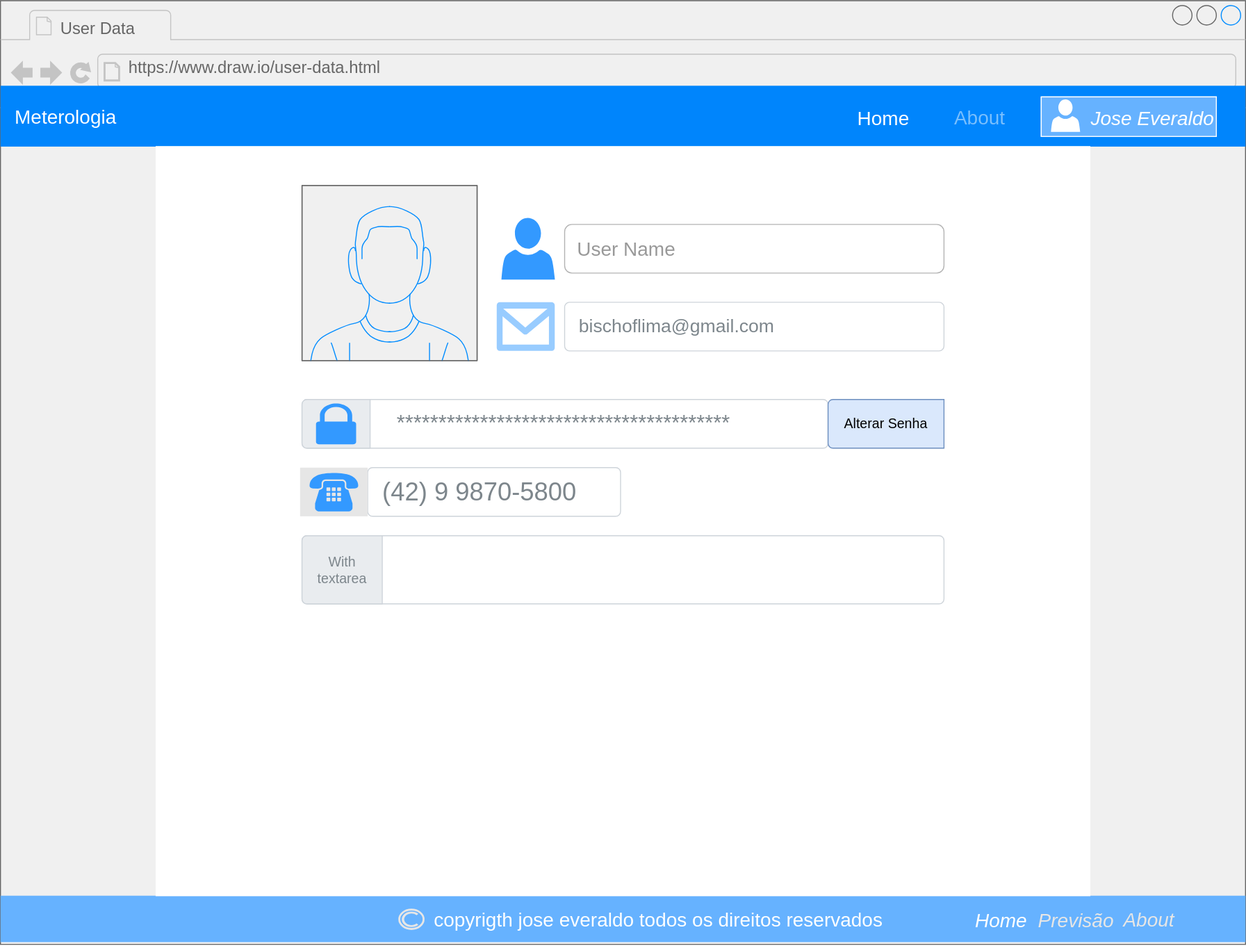
This is wireframe/user-view.svg from LeoMatheus/bischoflima.github.io, a draw.io export, as it was before one commit. Source tidied: cells renumbered, new cells last; positions are measured from the earlier drawing's top-left corner, leaving out a move shared by most shapes.
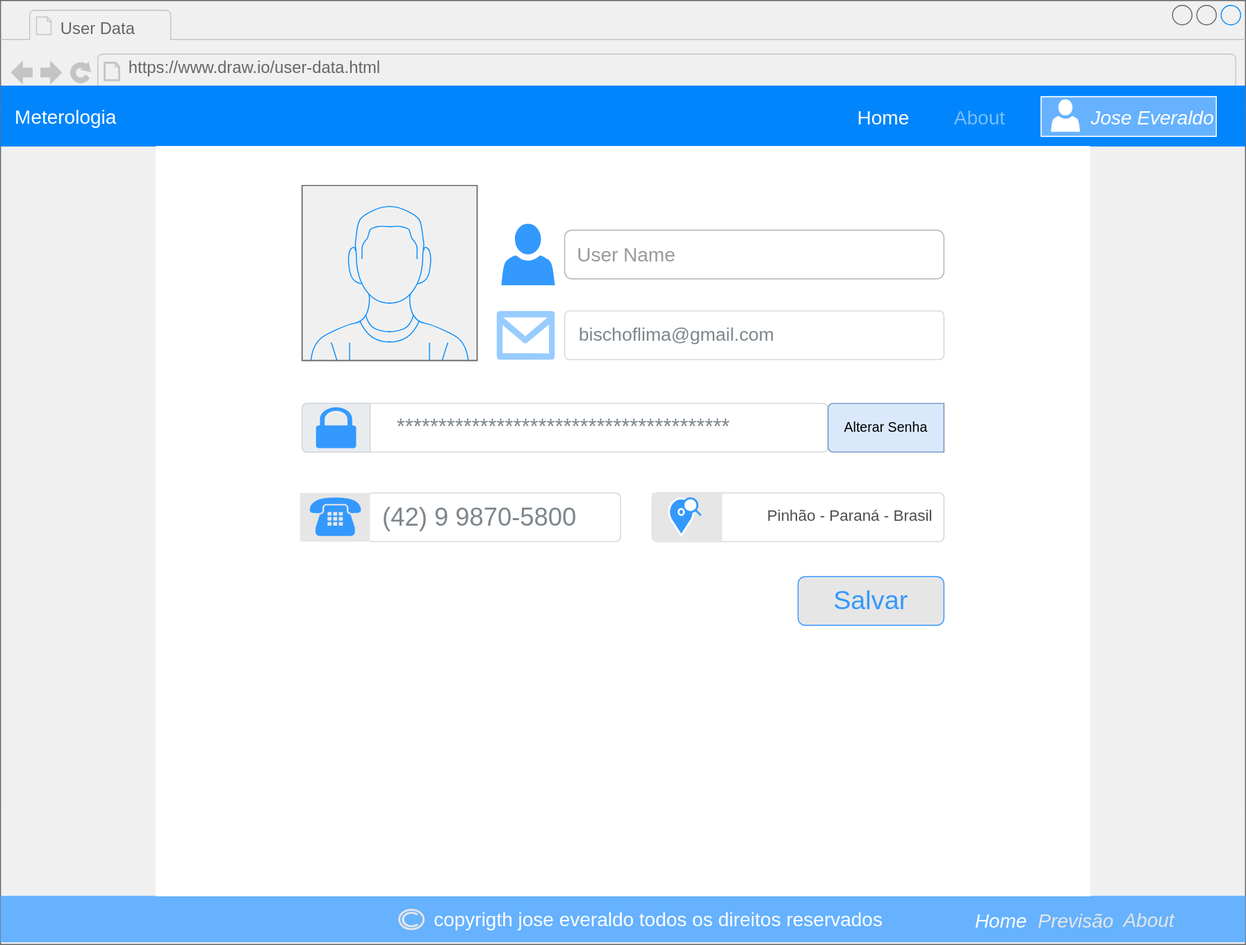
Later version of the same file.

Commit message:
ajustado os wireframes da Home e do Usuario

Diff of the diagram source:
```diff
@@ -2,7 +2,7 @@
   <root>
     <mxCell id="0" />
     <mxCell id="1" parent="0" />
-    <mxCell id="2" style="group;fontColor=#333333;strokeColor=#CCCCCC;fillColor=#FFFFFF;" parent="1" vertex="1">
+    <mxCell id="2" style="group;fontColor=#333333;fillColor=#FFFFFF;rounded=1;strokeColor=#47BCFF;" parent="1" vertex="1">
       <mxGeometry width="1280" height="970" as="geometry" />
     </mxCell>
     <mxCell id="3" style="strokeWidth=1;shadow=0;dashed=0;align=center;html=1;shape=mxgraph.mockup.containers.browserWindow;rSize=0;strokeColor2=#008cff;strokeColor3=#c4c4c4;mainText=,;strokeColor=none;fontStyle=0;fillColor=#F0F0F0;" parent="2" vertex="1">
@@ -59,14 +59,32 @@
     <mxCell id="20" style="verticalLabelPosition=bottom;shadow=0;dashed=0;align=center;html=1;verticalAlign=top;strokeWidth=1;shape=mxgraph.mockup.containers.userMale;strokeColor=#666666;strokeColor2=#008cff;fillColor=#F0F0F0;" parent="19" vertex="1">
       <mxGeometry x="55" width="180" height="180" as="geometry" />
     </mxCell>
-    <mxCell id="21" style="html=1;shadow=0;dashed=0;shape=mxgraph.bootstrap.rrect;rSize=5;strokeColor=#CED4DA;html=1;whiteSpace=wrap;fillColor=#FFFFFF;fontColor=#7D868C;align=left;spacing=15;spacingLeft=40;fontSize=14;" parent="3" vertex="1">
-      <mxGeometry x="310" y="550" width="660" height="70" as="geometry" />
+    <mxCell id="21" value="&amp;nbsp; &amp;nbsp; &amp;nbsp; &amp;nbsp; &amp;nbsp; &amp;nbsp; &amp;nbsp; &amp;nbsp; &amp;nbsp; &amp;nbsp; &amp;nbsp; &amp;nbsp; &amp;nbsp; &amp;nbsp;&amp;nbsp;" style="html=1;shadow=0;dashed=0;shape=mxgraph.bootstrap.rrect;rSize=5;strokeColor=#CED4DA;html=1;whiteSpace=wrap;fillColor=#FFFFFF;fontColor=#7D868C;align=left;spacing=15;spacingLeft=40;fontSize=14;flipV=1;" parent="3" vertex="1">
+      <mxGeometry x="670" y="506" width="300" height="50" as="geometry" />
     </mxCell>
-    <mxCell id="22" value="With textarea" style="html=1;shadow=0;dashed=0;shape=mxgraph.bootstrap.leftButton;strokeColor=inherit;gradientColor=inherit;fontColor=inherit;fillColor=#E9ECEF;rSize=5;perimeter=none;whiteSpace=wrap;fontSize=14;" parent="21" vertex="1">
-      <mxGeometry width="82.5" height="70" as="geometry" />
-    </mxCell>
+    <mxCell id="39" style="group;" parent="21" vertex="1">
+      <mxGeometry width="293.2" height="46.2" as="geometry" />
+    </mxCell>
+    <mxCell id="40" value="Pinhão - Paraná - Brasil" style="text;html=1;strokeColor=none;fillColor=none;align=center;verticalAlign=middle;whiteSpace=wrap;rounded=0;fontColor=#4D4D4D;fontSize=16;" parent="39" vertex="1">
+      <mxGeometry x="113.5" y="15.4" width="180.7" height="15.4" as="geometry" />
+    </mxCell>
+    <mxCell id="41" style="group;" parent="21" vertex="1">
+      <mxGeometry y="1.1" width="72" height="48.9" as="geometry" />
+    </mxCell>
+    <mxCell id="42" style="rounded=1;whiteSpace=wrap;html=1;fontSize=20;align=left;fillColor=#E6E6E6;arcSize=0;strokeColor=none;" parent="41" vertex="1">
+      <mxGeometry y="-1" width="72" height="48.9" as="geometry" />
+    </mxCell>
+    <mxCell id="43" style="group;" parent="41" vertex="1">
+      <mxGeometry x="15.9" y="3.4" width="40.2" height="42.1" as="geometry" />
+    </mxCell>
+    <mxCell id="44" style="html=1;verticalLabelPosition=bottom;align=center;labelBackgroundColor=#ffffff;verticalAlign=top;strokeWidth=2;shadow=0;dashed=0;shape=mxgraph.ios7.icons.location;rounded=1;fontSize=16;fontColor=#333333;rotation=0;strokeColor=#FFFFFF;fillColor=#3399FF;" parent="43" vertex="1">
+      <mxGeometry width="28" height="39.1" as="geometry" />
+    </mxCell>
+    <mxCell id="45" style="html=1;verticalLabelPosition=bottom;align=center;labelBackgroundColor=#ffffff;verticalAlign=top;strokeWidth=2;shadow=0;dashed=0;shape=mxgraph.ios7.icons.looking_glass;rounded=1;fontSize=16;fontColor=#4D4D4D;fillColor=#FFFFFF;strokeColor=#3399FF;" parent="43" vertex="1">
+      <mxGeometry x="16.2" y="1" width="18" height="17.6" as="geometry" />
+    </mxCell>
-    <mxCell id="23" style="group;" parent="3" vertex="1">
-      <mxGeometry x="510" y="310" width="460" height="50" as="geometry" />
+    <mxCell id="23" style="group;flipV=1;" parent="3" vertex="1">
+      <mxGeometry x="510" y="319" width="460" height="50" as="geometry" />
     </mxCell>
     <mxCell id="24" value="&lt;font style=&quot;font-size: 19px&quot;&gt;bischoflima@gmail.com&lt;/font&gt;" style="html=1;shadow=0;dashed=0;shape=mxgraph.bootstrap.rrect;rSize=5;strokeColor=#CED4DA;html=1;whiteSpace=wrap;fillColor=#FFFFFF;fontColor=#7D868C;align=left;spacingLeft=0;spacing=15;fontSize=14;" parent="23" vertex="1">
       <mxGeometry x="70" width="390" height="50" as="geometry" />
@@ -74,8 +92,8 @@
     <mxCell id="25" style="verticalLabelPosition=bottom;html=1;verticalAlign=top;align=center;strokeColor=inherit;shape=mxgraph.azure.message;shadow=0;dashed=0;fontFamily=Helvetica;fontSize=14;fontColor=#3399FF;fillColor=#3399FF;" parent="23" vertex="1">
       <mxGeometry width="60" height="50" as="geometry" />
     </mxCell>
-    <mxCell id="26" value="&lt;span style=&quot;font-size: 18px&quot;&gt;&amp;nbsp; &amp;nbsp;&lt;/span&gt;" style="html=1;shadow=0;dashed=0;shape=mxgraph.bootstrap.rrect;rSize=5;html=1;whiteSpace=wrap;fillColor=#FFFFFF;fontColor=#7D868C;align=left;spacing=15;spacingLeft=40;fontSize=14;strokeColor=none;" parent="3" vertex="1">
-      <mxGeometry x="510" y="220" width="520" height="70" as="geometry" />
+    <mxCell id="26" value="&lt;span style=&quot;font-size: 18px&quot;&gt;&amp;nbsp; &amp;nbsp;&lt;/span&gt;" style="html=1;shadow=0;dashed=0;shape=mxgraph.bootstrap.rrect;rSize=5;html=1;whiteSpace=wrap;fillColor=#FFFFFF;fontColor=#7D868C;align=left;spacing=15;spacingLeft=40;fontSize=14;strokeColor=none;flipV=1;" parent="3" vertex="1">
+      <mxGeometry x="510" y="226" width="520" height="70" as="geometry" />
     </mxCell>
     <mxCell id="27" style="shadow=0;dashed=0;html=1;strokeColor=inherit;fillColor=#3399FF;labelPosition=center;verticalLabelPosition=bottom;verticalAlign=top;align=center;shape=mxgraph.office.users.user;fontFamily=Helvetica;fontSize=14;fontColor=inherit;" parent="26" vertex="1">
       <mxGeometry x="5" y="3.3" width="55" height="63.4" as="geometry" />
@@ -83,8 +101,8 @@
     <mxCell id="28" value="&lt;font style=&quot;font-size: 20px;&quot; color=&quot;#999999&quot;&gt;&amp;nbsp; User Name&lt;/font&gt;" style="text;html=1;fillColor=none;align=left;verticalAlign=middle;whiteSpace=wrap;rounded=1;fontColor=#3399FF;fontSize=20;fontStyle=0;strokeColor=#B3B3B3;" parent="26" vertex="1">
       <mxGeometry x="70" y="10" width="390" height="50" as="geometry" />
     </mxCell>
-    <mxCell id="29" style="group;" parent="3" vertex="1">
-      <mxGeometry x="310" y="410" width="660" height="50" as="geometry" />
+    <mxCell id="29" style="group;flipV=1;" parent="3" vertex="1">
+      <mxGeometry x="310" y="414" width="660" height="50" as="geometry" />
     </mxCell>
     <mxCell id="30" value="&lt;font style=&quot;font-size: 22px&quot;&gt;&amp;nbsp; &amp;nbsp; &amp;nbsp; &amp;nbsp;****************************************&lt;/font&gt;" style="html=1;shadow=0;dashed=0;shape=mxgraph.bootstrap.rrect;rSize=5;strokeColor=#CED4DA;html=1;whiteSpace=wrap;fillColor=#FFFFFF;fontColor=#7D868C;align=left;spacing=15;spacingLeft=40;fontSize=14;verticalAlign=middle;" parent="29" vertex="1">
       <mxGeometry width="540.8" height="50" as="geometry" />
@@ -98,20 +116,23 @@
     <mxCell id="33" value="Alterar Senha" style="html=1;shadow=0;dashed=0;shape=mxgraph.bootstrap.leftButton;strokeColor=#6c8ebf;fillColor=#dae8fc;rSize=5;perimeter=none;whiteSpace=wrap;fontSize=14;" parent="29" vertex="1">
       <mxGeometry x="540.8" width="119.2" height="50" as="geometry" />
     </mxCell>
-    <mxCell id="34" style="group;" parent="3" vertex="1">
-      <mxGeometry x="307.5" y="480" width="460" height="60" as="geometry" />
+    <mxCell id="34" style="group;rounded=1;arcSize=28;flipV=1;" parent="3" vertex="1">
+      <mxGeometry x="307.5" y="506" width="332.5" height="50" as="geometry" />
     </mxCell>
-    <mxCell id="35" style="group;" parent="34" vertex="1">
-      <mxGeometry width="460" height="60" as="geometry" />
+    <mxCell id="35" style="group;rounded=1;arcSize=26;" parent="34" vertex="1">
+      <mxGeometry width="332.5" height="50" as="geometry" />
     </mxCell>
     <mxCell id="36" value="&lt;font style=&quot;font-size: 26px&quot;&gt;(42) 9 9870-5800&lt;/font&gt;" style="html=1;shadow=0;dashed=0;shape=mxgraph.bootstrap.rrect;rSize=5;strokeColor=#CED4DA;html=1;whiteSpace=wrap;fillColor=#FFFFFF;fontColor=#7D868C;align=left;spacingLeft=0;spacing=15;fontSize=14;" parent="35" vertex="1">
       <mxGeometry x="70" width="260" height="50" as="geometry" />
     </mxCell>
     <mxCell id="37" style="rounded=1;whiteSpace=wrap;html=1;fontSize=20;align=left;fillColor=#E6E6E6;arcSize=0;strokeColor=none;" parent="35" vertex="1">
-      <mxGeometry x="0.5" width="69.5" height="50" as="geometry" />
+      <mxGeometry x="0.4" width="72" height="50" as="geometry" />
     </mxCell>
     <mxCell id="38" style="shadow=0;dashed=0;html=1;strokeColor=inherit;labelPosition=center;verticalLabelPosition=bottom;verticalAlign=top;align=center;shape=mxgraph.office.devices.phone_traditional;fontFamily=Helvetica;fontSize=14;fontColor=inherit;gradientColor=inherit;fillColor=#3399FF;" parent="35" vertex="1">
-      <mxGeometry x="10.2" y="5" width="50" height="40" as="geometry" />
+      <mxGeometry x="10.4" y="4.2" width="52.6" height="40" as="geometry" />
     </mxCell>
+    <mxCell id="46" value="&lt;font color=&quot;#3399ff&quot;&gt;Salvar&lt;/font&gt;" style="rounded=1;whiteSpace=wrap;html=1;fontSize=27;fontColor=#4D4D4D;fillColor=#E6E6E6;strokeColor=#3399FF;flipV=1;" parent="3" vertex="1">
+      <mxGeometry x="820" y="592" width="150" height="50" as="geometry" />
+    </mxCell>
   </root>
 </mxGraphModel>
```
